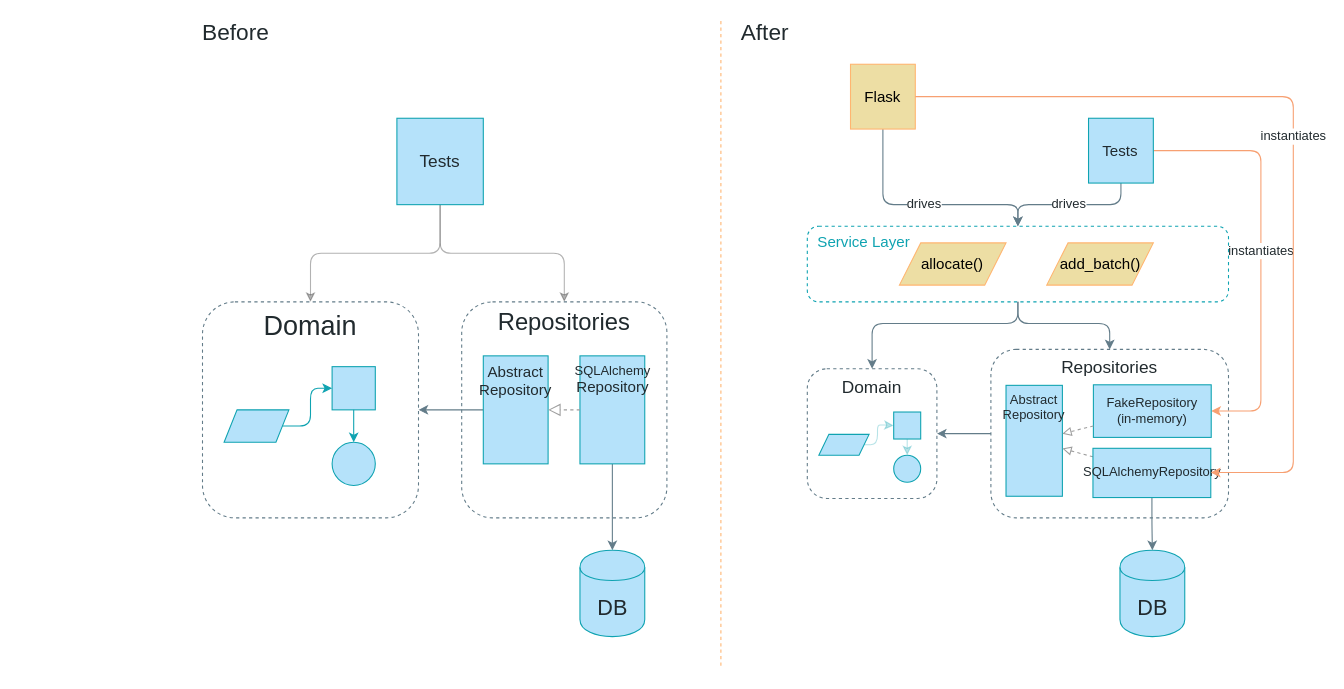
The draw.io diagram page "Chapter 4" (3 of 10) of maps.drawio in cosmicpython/book, before the edit. Source tidied: cells renumbered, new cells numbered last; positions are measured from the earlier drawing's top-left corner, leaving out a move shared by most shapes. Both pictures are drawn from the tidied source at 108%, with x=0, y=0 at pixel (202, 21).
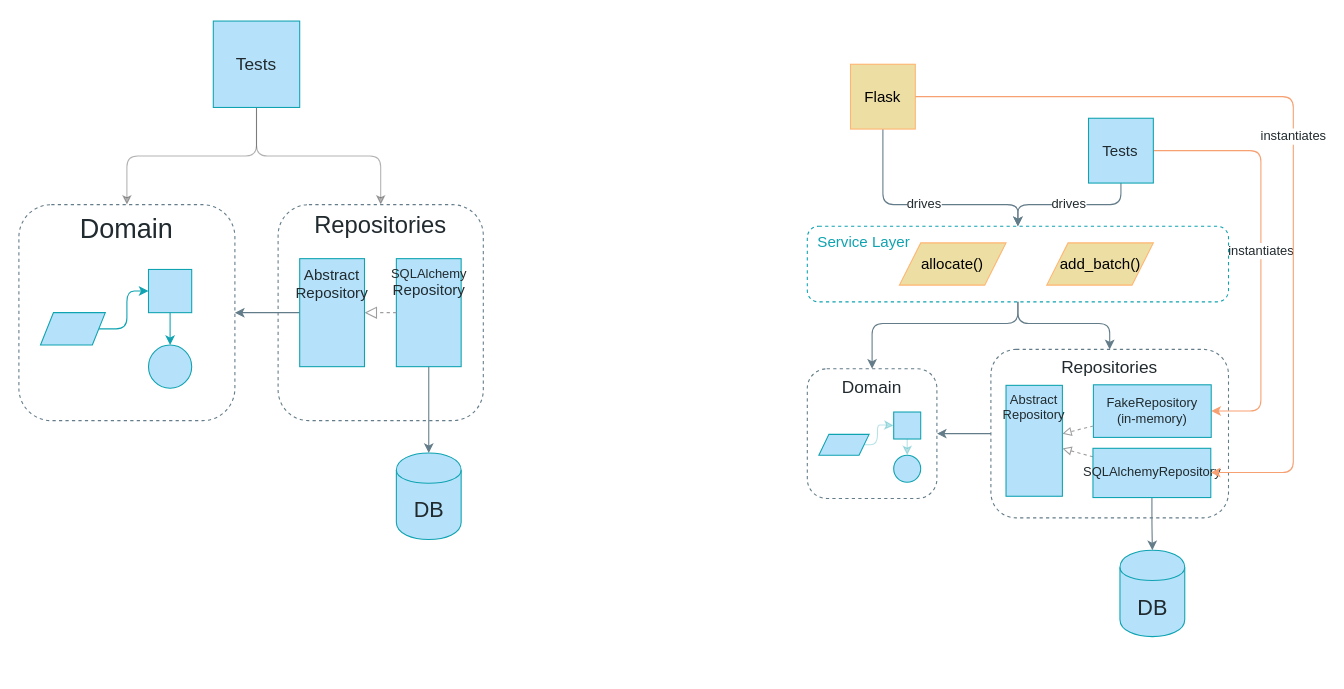
Above is the later version.

What changed in the source:
```diff
@@
-    <mxCell id="2" style="endArrow=none;dashed=1;html=1;strokeColor=#FFB570;fillColor=#B5E2FA;fontFamily=Guardian Sans Cond Light;fontSize=21;fontColor=#212A2E;" parent="1" edge="1">
-      <mxGeometry relative="1" as="geometry">
-        <mxPoint x="480" as="sourcePoint" />
-        <mxPoint x="480" y="600" as="targetPoint" />
-      </mxGeometry>
-    </mxCell>
-    <mxCell id="3" value="After" style="text;html=1;strokeColor=none;fillColor=none;align=center;verticalAlign=middle;whiteSpace=wrap;rounded=0;fontFamily=Guardian Sans Cond Light;fontSize=21;fontColor=#212A2E;" parent="1" vertex="1">
-      <mxGeometry x="490" width="62" height="20" as="geometry" />
-    </mxCell>
-    <mxCell id="4" value="Before" style="text;html=1;strokeColor=none;fillColor=none;align=center;verticalAlign=middle;whiteSpace=wrap;rounded=0;fontFamily=Guardian Sans Cond Light;fontSize=21;fontColor=#212A2E;" parent="1" vertex="1">
-      <mxGeometry width="62" height="20" as="geometry" />
-    </mxCell>
@@
     <mxCell id="7" value="Tests" style="whiteSpace=wrap;html=1;strokeColor=#0FA3B1;fillColor=#B5E2FA;gradientColor=none;fontFamily=Guardian Sans Cond Light;fontSize=16;fontColor=#212A2E;" parent="1" vertex="1">
-      <mxGeometry x="180" y="90" width="80" height="80" as="geometry" />
+      <mxGeometry x="10" width="80" height="80" as="geometry" />
     </mxCell>
@@
     <mxCell id="29" value="&lt;font style=&quot;font-size: 22px;&quot; color=&quot;#212A2E&quot;&gt;Repositories&lt;/font&gt;" style="whiteSpace=wrap;html=1;strokeColor=#637C89;fillColor=none;gradientColor=none;fontFamily=Guardian Sans Cond Light;fontSize=22;fontColor=#000000;verticalAlign=top;rounded=1;dashed=1;" parent="1" vertex="1">
-      <mxGeometry x="240" y="260" width="190" height="200" as="geometry" />
+      <mxGeometry x="70" y="170" width="190" height="200" as="geometry" />
     </mxCell>
     <mxCell id="30" value="&lt;font style=&quot;font-size: 14px;&quot; color=&quot;#212A2E&quot;&gt;Abstract Repository&lt;br style=&quot;font-size: 14px;&quot;&gt;&lt;/font&gt;" style="whiteSpace=wrap;html=1;strokeColor=#0FA3B1;fillColor=#B5E2FA;gradientColor=none;fontFamily=Guardian Sans Cond Light;fontSize=14;fontColor=#212A2E;verticalAlign=top;" parent="1" vertex="1">
-      <mxGeometry x="260" y="310" width="60" height="100" as="geometry" />
+      <mxGeometry x="90" y="220" width="60" height="100" as="geometry" />
     </mxCell>
@@
     <mxCell id="32" value="SQLAlchemy&lt;br style=&quot;font-size: 12px&quot;&gt;&lt;font style=&quot;font-size: 14px&quot;&gt;Repository&lt;/font&gt;" style="whiteSpace=wrap;html=1;strokeColor=#0FA3B1;fillColor=#B5E2FA;gradientColor=none;fontFamily=Guardian Sans Cond Light;fontSize=12;fontColor=#212A2E;verticalAlign=top;" parent="1" vertex="1">
-      <mxGeometry x="349.5" y="310" width="60" height="100" as="geometry" />
+      <mxGeometry x="179.5" y="220" width="60" height="100" as="geometry" />
     </mxCell>
@@
     <mxCell id="34" value="DB" style="shape=cylinder;whiteSpace=wrap;html=1;boundedLbl=1;backgroundOutline=1;strokeColor=#0FA3B1;fillColor=#B5E2FA;fontSize=20;fontColor=#212A2E;gradientColor=none;fontFamily=Guardian Sans Cond Light;" parent="1" vertex="1">
-      <mxGeometry x="349.5" y="490" width="60" height="80" as="geometry" />
+      <mxGeometry x="179.5" y="400" width="60" height="80" as="geometry" />
     </mxCell>
     <mxCell id="35" style="group;" parent="1" vertex="1">
-      <mxGeometry y="260" width="200" height="200" as="geometry" />
+      <mxGeometry x="-170" y="170" width="200" height="200" as="geometry" />
     </mxCell>
```
